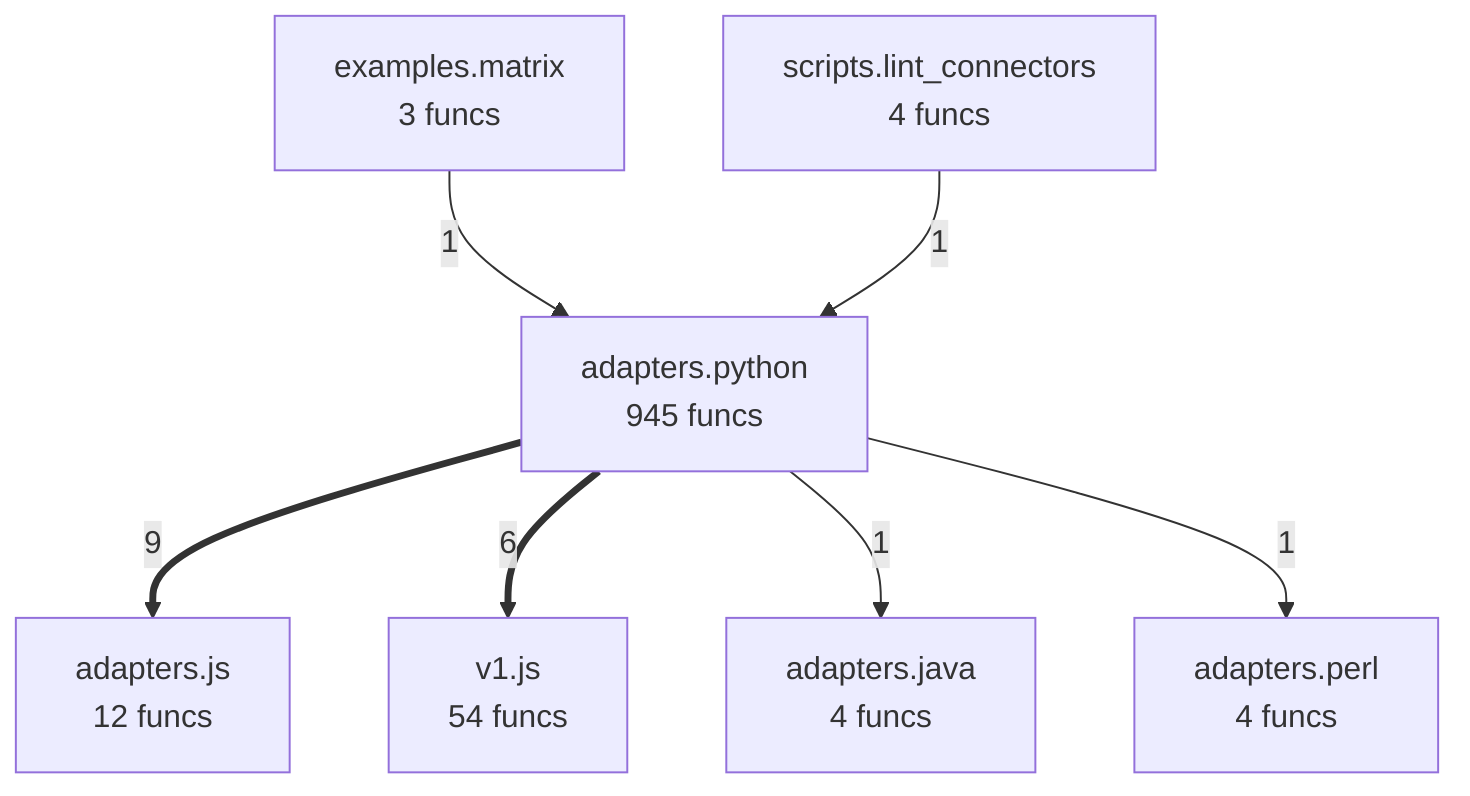
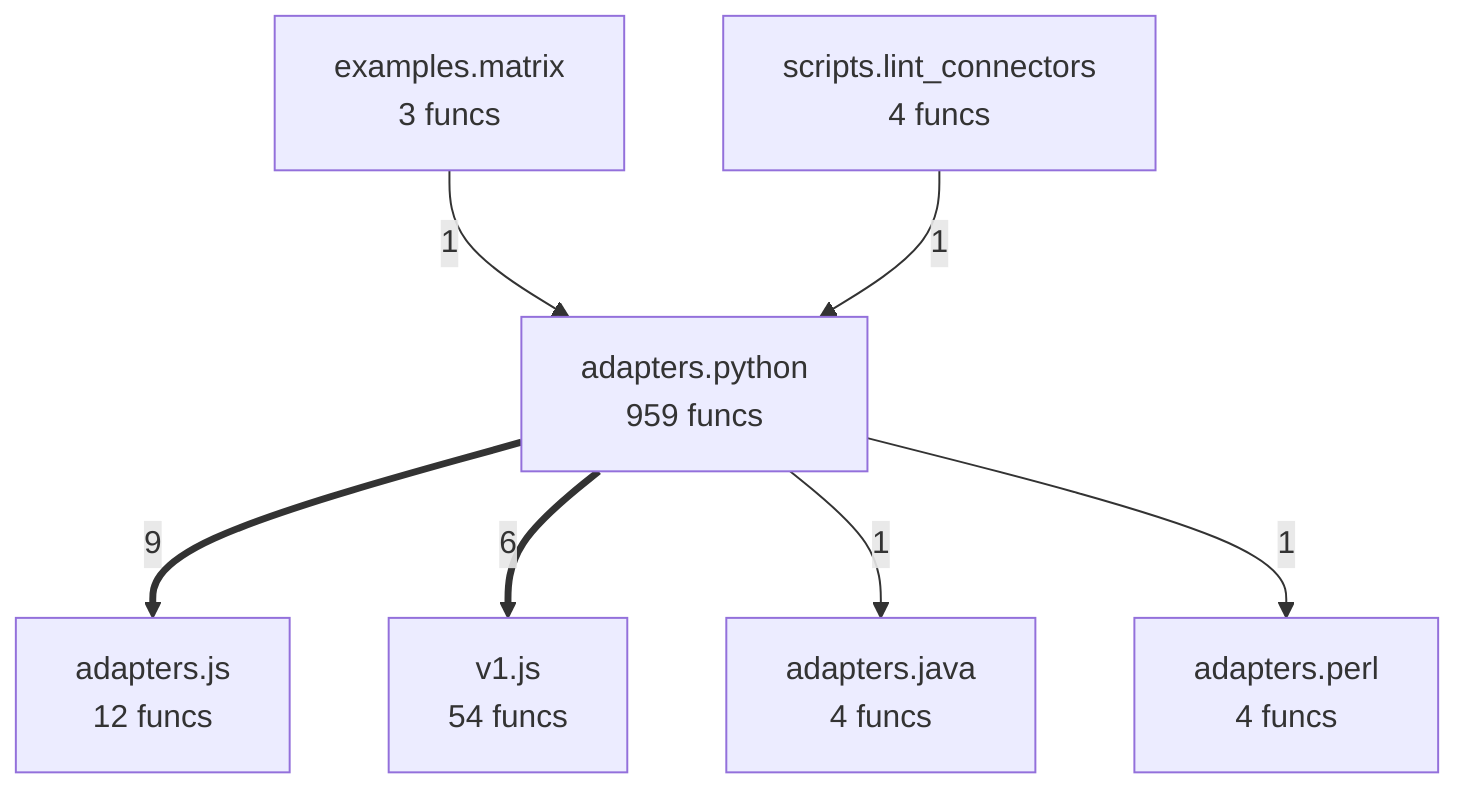
flowchart TD
%% generated in 0.02s
    adapters__java["adapters.java<br/>4 funcs"]
    adapters__js["adapters.js<br/>12 funcs"]
    adapters__perl["adapters.perl<br/>4 funcs"]
-     adapters__python["adapters.python<br/>945 funcs"]
+     adapters__python["adapters.python<br/>959 funcs"]
    examples__matrix["examples.matrix<br/>3 funcs"]
    scripts__lint_connectors["scripts.lint_connectors<br/>4 funcs"]
    v1__js["v1.js<br/>54 funcs"]
    adapters__python ==>|9| adapters__js
    adapters__python ==>|6| v1__js
    examples__matrix -->|1| adapters__python
    scripts__lint_connectors -->|1| adapters__python
    adapters__python -->|1| adapters__java
    adapters__python -->|1| adapters__perl
